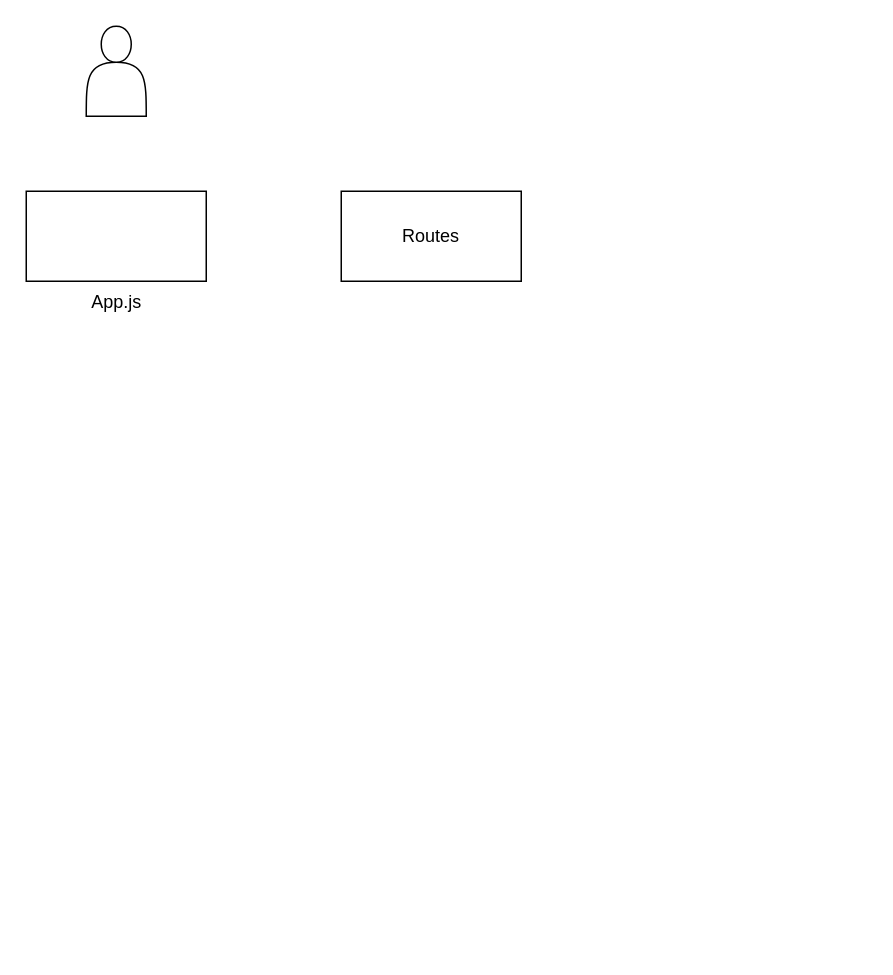
This is Diagrama sin título.drawio from mlopalv/repoexample, a draw.io file, before an edit. Source tidied: cells renumbered, new cells numbered last; positions are measured from the earlier drawing's top-left corner, leaving out a move shared by most shapes. Both pictures are drawn from the tidied source at 150%, with x=0, y=0 at pixel (26, 26).
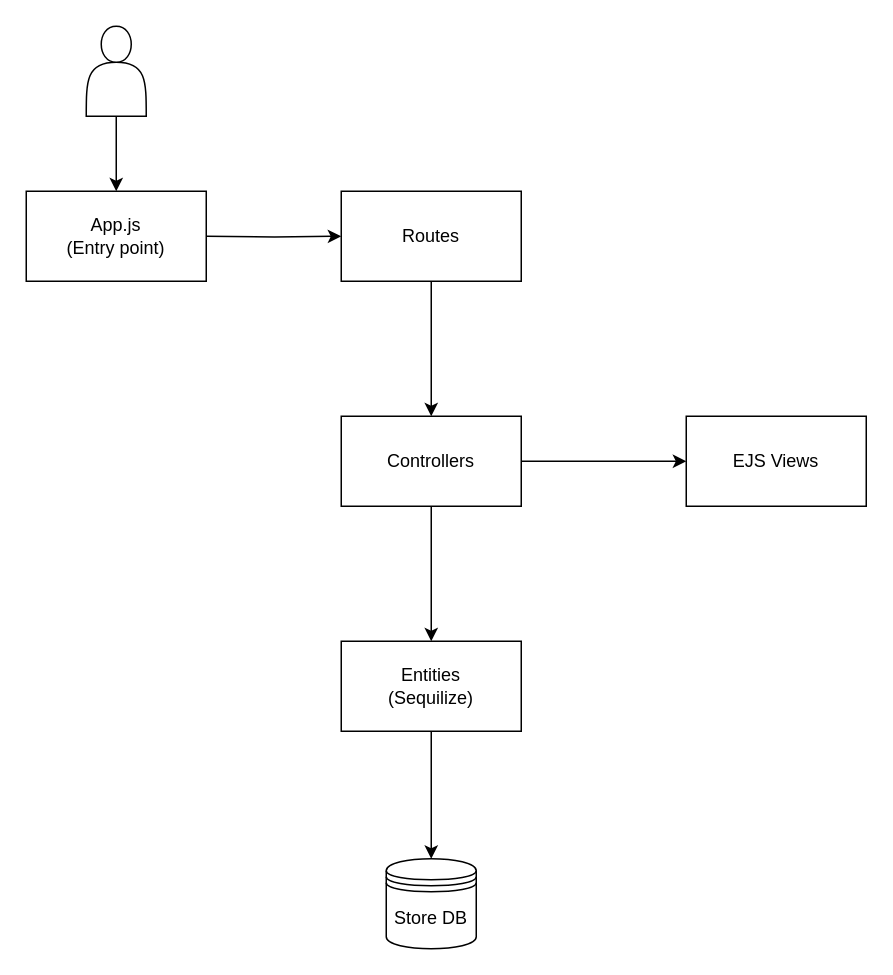
The same diagram, later.

What changed in the source:
```diff
@@
 <mxGraphModel>
   <root>
     <mxCell id="0" />
     <mxCell id="1" parent="0" />
-    <mxCell id="2" value="App.js&lt;br&gt;" style="verticalLabelPosition=bottom;verticalAlign=top;html=1;shape=mxgraph.basic.rect;fillColor2=none;strokeWidth=1;size=20;indent=5;" parent="1" vertex="1">
-      <mxGeometry y="110" width="120" height="60" as="geometry" />
-    </mxCell>
+    <mxCell id="5" style="edgeStyle=orthogonalEdgeStyle;rounded=0;jettySize=auto;html=1;" parent="1" edge="1" target="4">
+      <mxGeometry relative="1" as="geometry">
+        <mxPoint x="120" y="140" as="sourcePoint" />
+      </mxGeometry>
+    </mxCell>
+    <mxCell id="6" style="edgeStyle=orthogonalEdgeStyle;rounded=0;jettySize=auto;html=1;" parent="1" edge="1" source="3">
+      <mxGeometry relative="1" as="geometry">
+        <mxPoint x="60" y="110" as="targetPoint" />
+      </mxGeometry>
+    </mxCell>
     <mxCell id="3" style="shape=actor;whiteSpace=wrap;html=1;" parent="1" vertex="1">
       <mxGeometry x="40" width="40" height="60" as="geometry" />
     </mxCell>
+    <mxCell id="7" style="edgeStyle=orthogonalEdgeStyle;rounded=0;jettySize=auto;html=1;" parent="1" edge="1" source="4" target="10">
+      <mxGeometry relative="1" as="geometry" />
+    </mxCell>
     <mxCell id="4" value="Routes" style="rounded=0;whiteSpace=wrap;html=1;" parent="1" vertex="1">
       <mxGeometry x="210" y="110" width="120" height="60" as="geometry" />
     </mxCell>
+    <mxCell id="8" style="edgeStyle=orthogonalEdgeStyle;rounded=0;jettySize=auto;html=1;" parent="1" edge="1" source="10" target="12">
+      <mxGeometry relative="1" as="geometry" />
+    </mxCell>
+    <mxCell id="9" style="edgeStyle=orthogonalEdgeStyle;rounded=0;jettySize=auto;html=1;" parent="1" edge="1" source="10" target="14">
+      <mxGeometry relative="1" as="geometry" />
+    </mxCell>
+    <mxCell id="10" value="Controllers" style="rounded=0;whiteSpace=wrap;html=1;" parent="1" vertex="1">
+      <mxGeometry x="210" y="260" width="120" height="60" as="geometry" />
+    </mxCell>
+    <mxCell id="11" style="edgeStyle=orthogonalEdgeStyle;rounded=0;jettySize=auto;html=1;" parent="1" edge="1" source="12" target="13">
+      <mxGeometry relative="1" as="geometry" />
+    </mxCell>
+    <mxCell id="12" value="Entities&lt;br&gt;(Sequilize)" style="rounded=0;whiteSpace=wrap;html=1;" parent="1" vertex="1">
+      <mxGeometry x="210" y="410" width="120" height="60" as="geometry" />
+    </mxCell>
+    <mxCell id="13" value="Store DB" style="shape=datastore;whiteSpace=wrap;html=1;" parent="1" vertex="1">
+      <mxGeometry x="240" y="555" width="60" height="60" as="geometry" />
+    </mxCell>
+    <mxCell id="14" value="EJS Views" style="rounded=0;whiteSpace=wrap;html=1;" parent="1" vertex="1">
+      <mxGeometry x="440" y="260" width="120" height="60" as="geometry" />
+    </mxCell>
+    <mxCell id="15" value="App.js&lt;br&gt;(Entry point)" style="rounded=0;whiteSpace=wrap;html=1;" parent="1" vertex="1">
+      <mxGeometry y="110" width="120" height="60" as="geometry" />
+    </mxCell>
   </root>
 </mxGraphModel>
```
